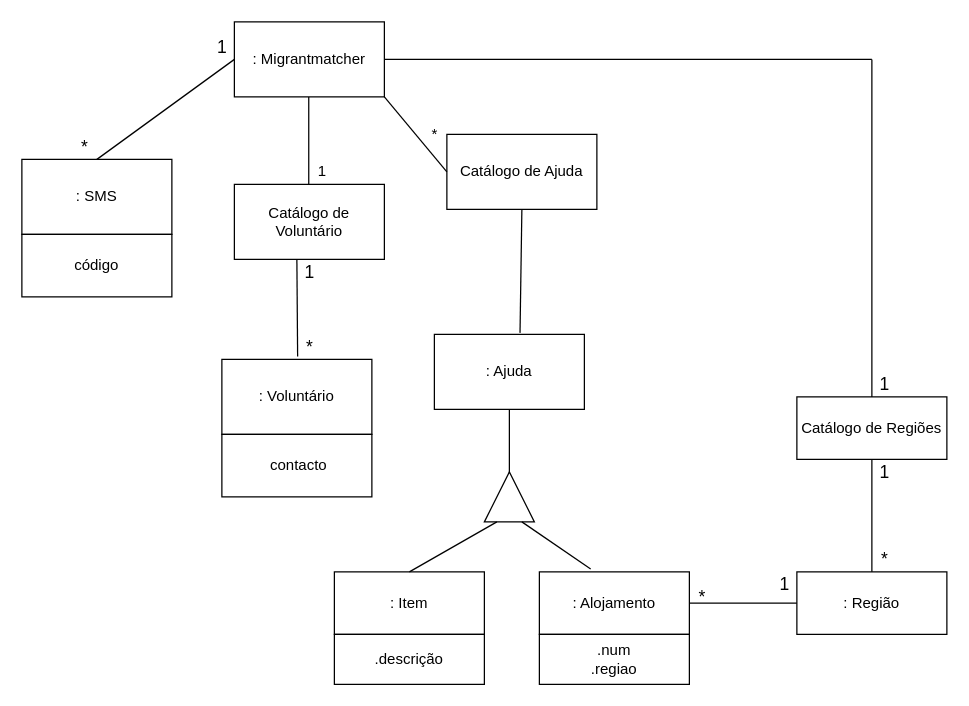
RuiMartins05/DCO keeps this draw.io diagram as MMmodelodominio.drawio. Above is the earlier version. Source tidied: cells renumbered, new cells numbered last; positions are measured from the earlier drawing's top-left corner, leaving out a move shared by most shapes. Both pictures are drawn from the tidied source at 125%, with x=0, y=0 at pixel (21, 21).
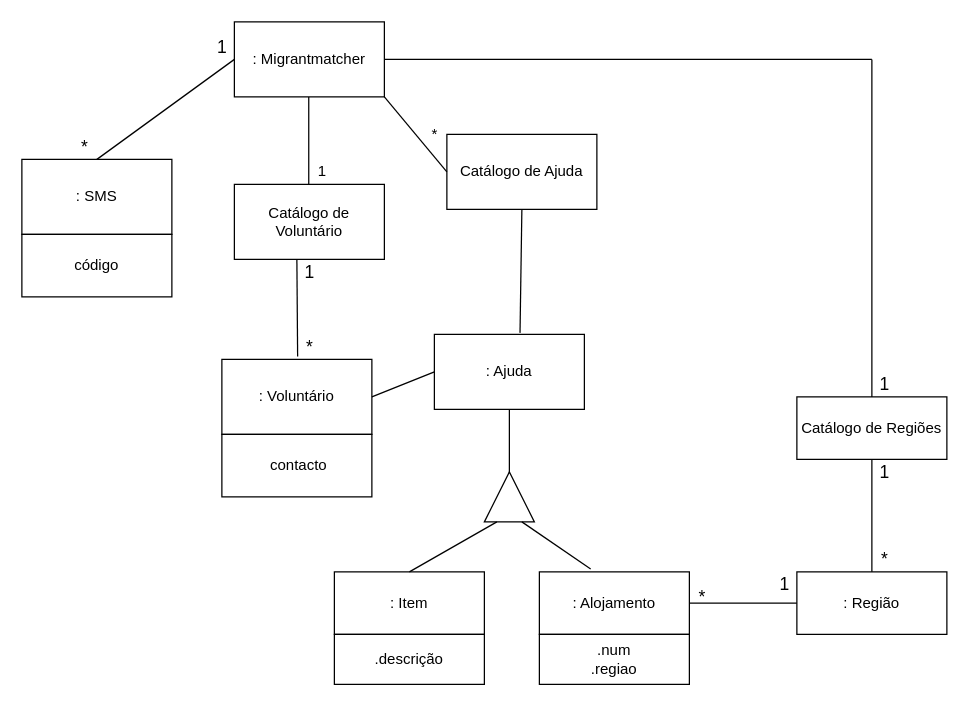
After the change.

Unchanged cells that the change refers to:
```xml
<mxCell id="6" value=": Voluntário" style="whiteSpace=wrap;html=1;" parent="1" vertex="1">
  <mxGeometry x="160" y="270" width="120" height="60" as="geometry" />
</mxCell>
<mxCell id="7" value=": Ajuda" style="whiteSpace=wrap;html=1;" parent="1" vertex="1">
  <mxGeometry x="330" y="250" width="120" height="60" as="geometry" />
</mxCell>
```

Change to the diagram source:
```diff
@@
+    <mxCell id="40" style="endArrow=none;html=1;entryX=0;entryY=0.5;entryDx=0;entryDy=0;exitX=1;exitY=0.5;exitDx=0;exitDy=0;" parent="1" edge="1" source="6" target="7">
+      <mxGeometry relative="1" as="geometry" />
+    </mxCell>
```
